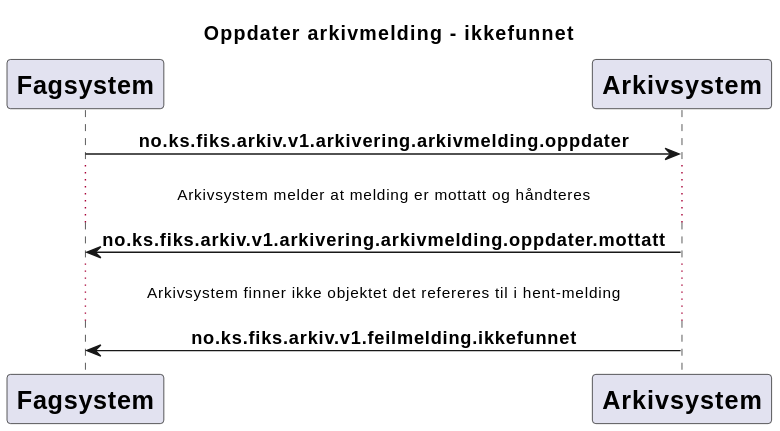
ks-no/fiks-arkiv-specification keeps this PlantUML diagram as Dokumentasjon/V1/Meldinger/no.ks.fiks.arkiv.v1.arkivering.arkivmelding.oppdater/arkivmelding-oppdater-feilmelding-ikkefunnet.svg. Above is the earlier version. The source it was exported from:
```plantuml
@startuml
skinparam sequenceMessageAlign center

title "Oppdater arkivmelding - ikkefunnet"

participant Fagsystem [
    = Fagsystem
]
participant Arkivsystem [
    = Arkivsystem
]

Fagsystem -> Arkivsystem : **no.ks.fiks.arkiv.v1.arkivering.arkivmelding.oppdater**
...Arkivsystem melder at melding er mottatt og håndteres...
Arkivsystem -> Fagsystem : **no.ks.fiks.arkiv.v1.arkivering.arkivmelding.oppdater.mottatt**
...Arkivsystem finner ikke objektet det refereres til i hent-melding...
Arkivsystem -> Fagsystem : **no.ks.fiks.arkiv.v1.feilmelding.ikkefunnet**
@enduml
```
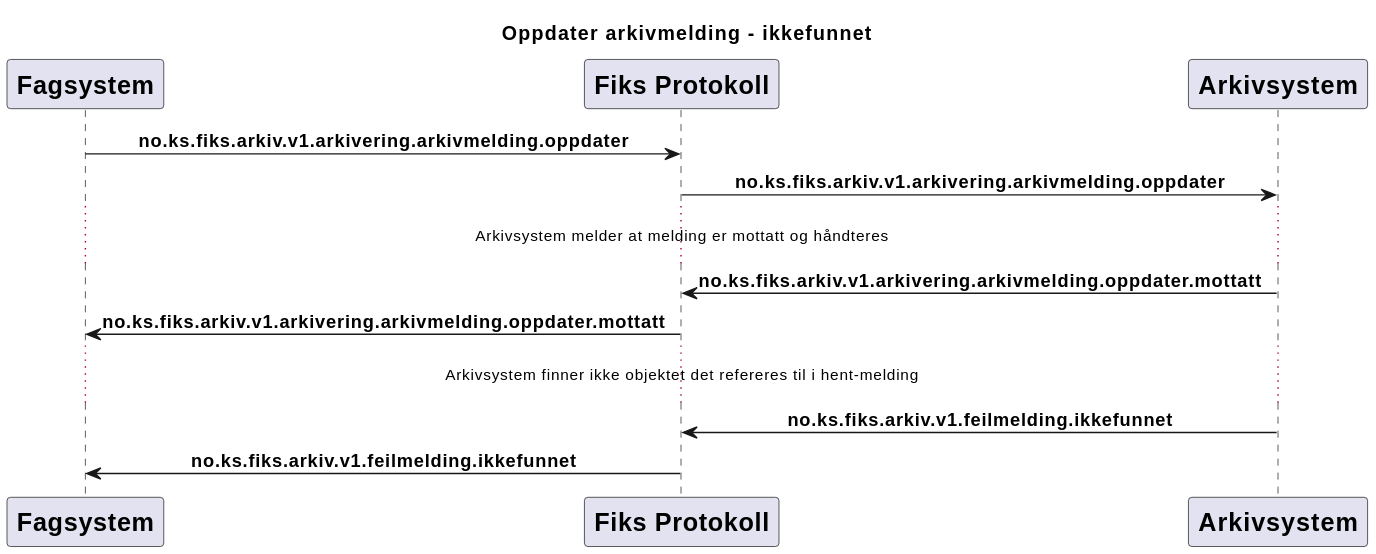
Above is the later version.

The edit, as a diff of the source:
```diff
@@ -6,13 +6,19 @@
 participant Fagsystem [
     = Fagsystem
 ]
+participant FiksProtokoll [
+    = Fiks Protokoll
+]
 participant Arkivsystem [
     = Arkivsystem
 ]
 
-Fagsystem -> Arkivsystem : **no.ks.fiks.arkiv.v1.arkivering.arkivmelding.oppdater**
+Fagsystem -> FiksProtokoll : **no.ks.fiks.arkiv.v1.arkivering.arkivmelding.oppdater**
+FiksProtokoll -> Arkivsystem : **no.ks.fiks.arkiv.v1.arkivering.arkivmelding.oppdater**
 ...Arkivsystem melder at melding er mottatt og håndteres...
-Arkivsystem -> Fagsystem : **no.ks.fiks.arkiv.v1.arkivering.arkivmelding.oppdater.mottatt**
+Arkivsystem -> FiksProtokoll : **no.ks.fiks.arkiv.v1.arkivering.arkivmelding.oppdater.mottatt**
+FiksProtokoll -> Fagsystem : **no.ks.fiks.arkiv.v1.arkivering.arkivmelding.oppdater.mottatt**
 ...Arkivsystem finner ikke objektet det refereres til i hent-melding...
-Arkivsystem -> Fagsystem : **no.ks.fiks.arkiv.v1.feilmelding.ikkefunnet**
+Arkivsystem -> FiksProtokoll : **no.ks.fiks.arkiv.v1.feilmelding.ikkefunnet**
+FiksProtokoll -> Fagsystem : **no.ks.fiks.arkiv.v1.feilmelding.ikkefunnet**
 @enduml
```
